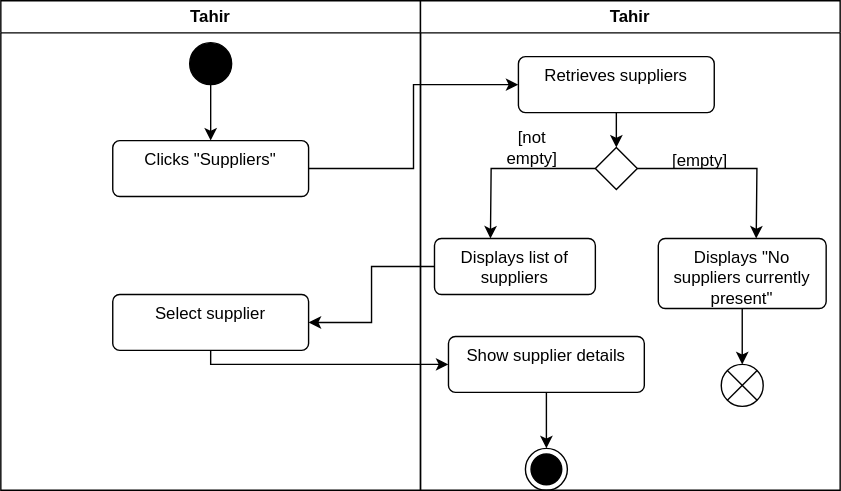
The draw.io diagram supplier_act.svg in Simamkele88/IFM3_GP, before a commit. Source tidied: cells renumbered, new cells last; positions are measured from the earlier drawing's top-left corner, leaving out a move shared by most shapes.
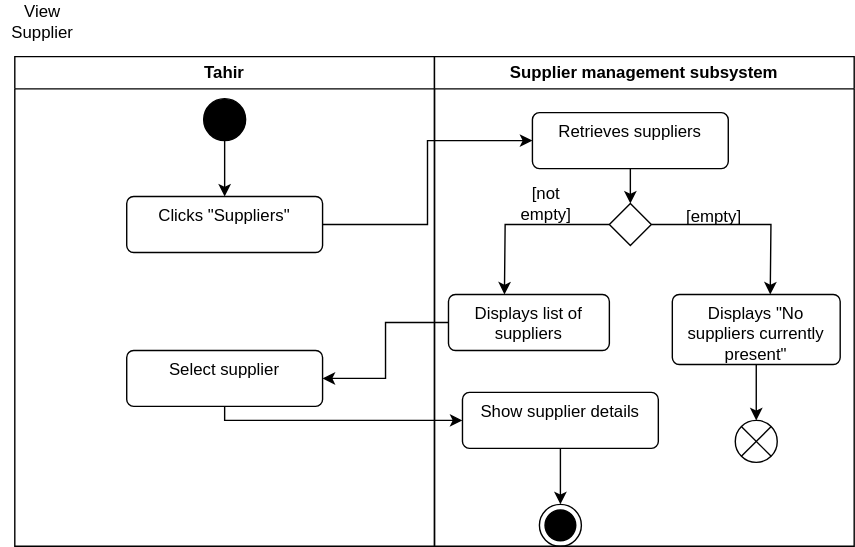
After the commit.

The edit, as a diff of the source:
```diff
@@ -17,7 +17,7 @@
     <mxCell id="6" value="Select supplier" style="html=1;align=center;verticalAlign=top;rounded=1;absoluteArcSize=1;arcSize=10;dashed=0;whiteSpace=wrap;" parent="2" vertex="1">
       <mxGeometry x="80" y="210" width="140" height="40" as="geometry" />
     </mxCell>
-    <mxCell id="7" value="Tahir" style="swimlane;whiteSpace=wrap;html=1;" parent="1" vertex="1">
+    <mxCell id="7" value="Supplier management subsystem" style="swimlane;whiteSpace=wrap;html=1;" parent="1" vertex="1">
       <mxGeometry x="300" width="300" height="350" as="geometry" />
     </mxCell>
     <mxCell id="8" style="edgeStyle=orthogonalEdgeStyle;rounded=0;jettySize=auto;html=1;" parent="7" edge="1" source="9" target="12">
@@ -79,5 +79,8 @@
         </Array>
       </mxGeometry>
     </mxCell>
+    <mxCell id="25" value="View Supplier" style="text;html=1;align=center;verticalAlign=middle;whiteSpace=wrap;rounded=0;" parent="1" vertex="1">
+      <mxGeometry x="-10" y="-40" width="60" height="30" as="geometry" />
+    </mxCell>
   </root>
 </mxGraphModel>
```
